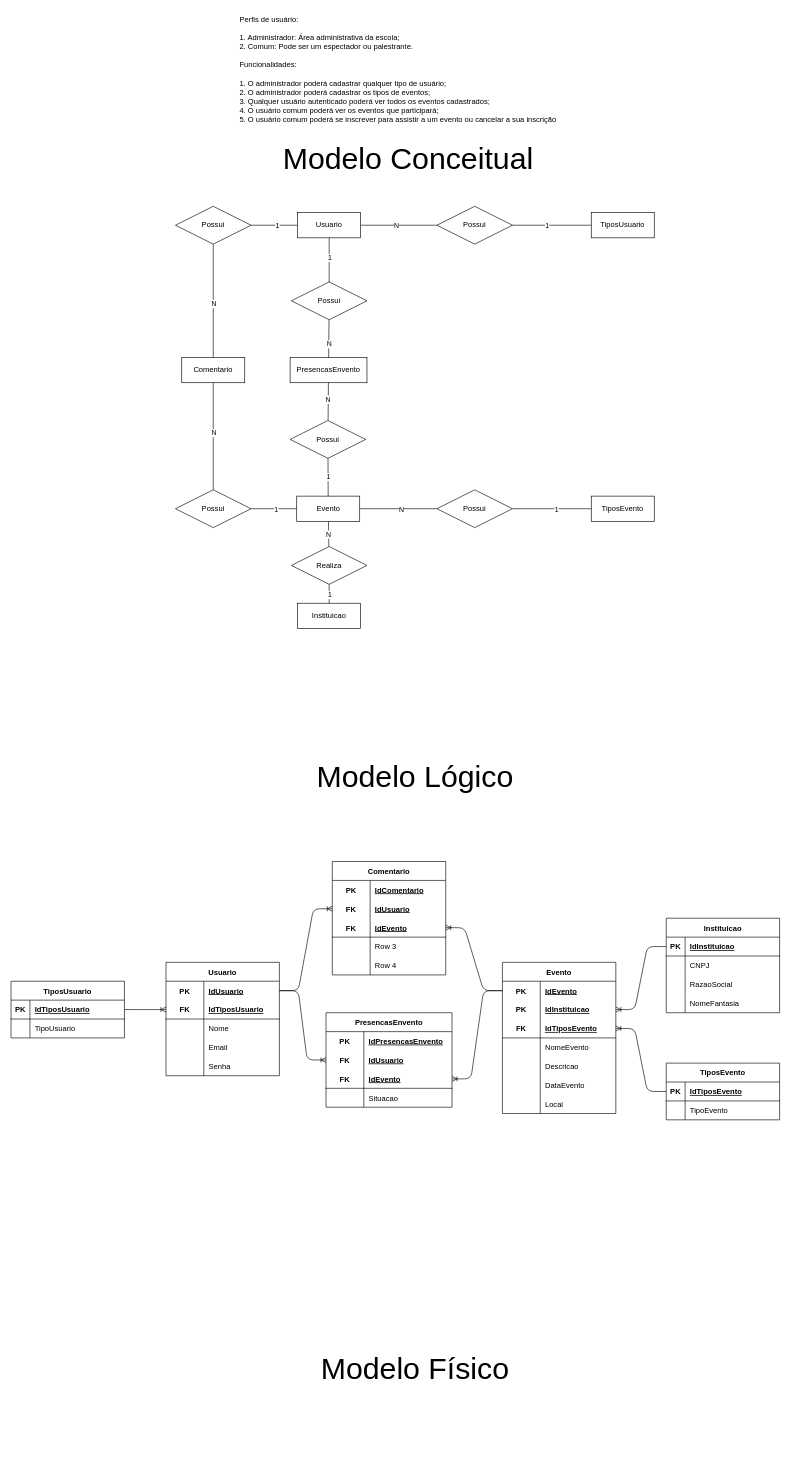
Earlier version of the draw.io diagram BancoDeDados/Event+/bancoDeDados.drawio (AllanR1991/Senai-2SM). Source tidied: cells renumbered, new cells numbered last; positions are measured from the earlier drawing's top-left corner, leaving out a move shared by most shapes. Both pictures are drawn from the tidied source at 63%, with x=0, y=0 at pixel (11, 11).
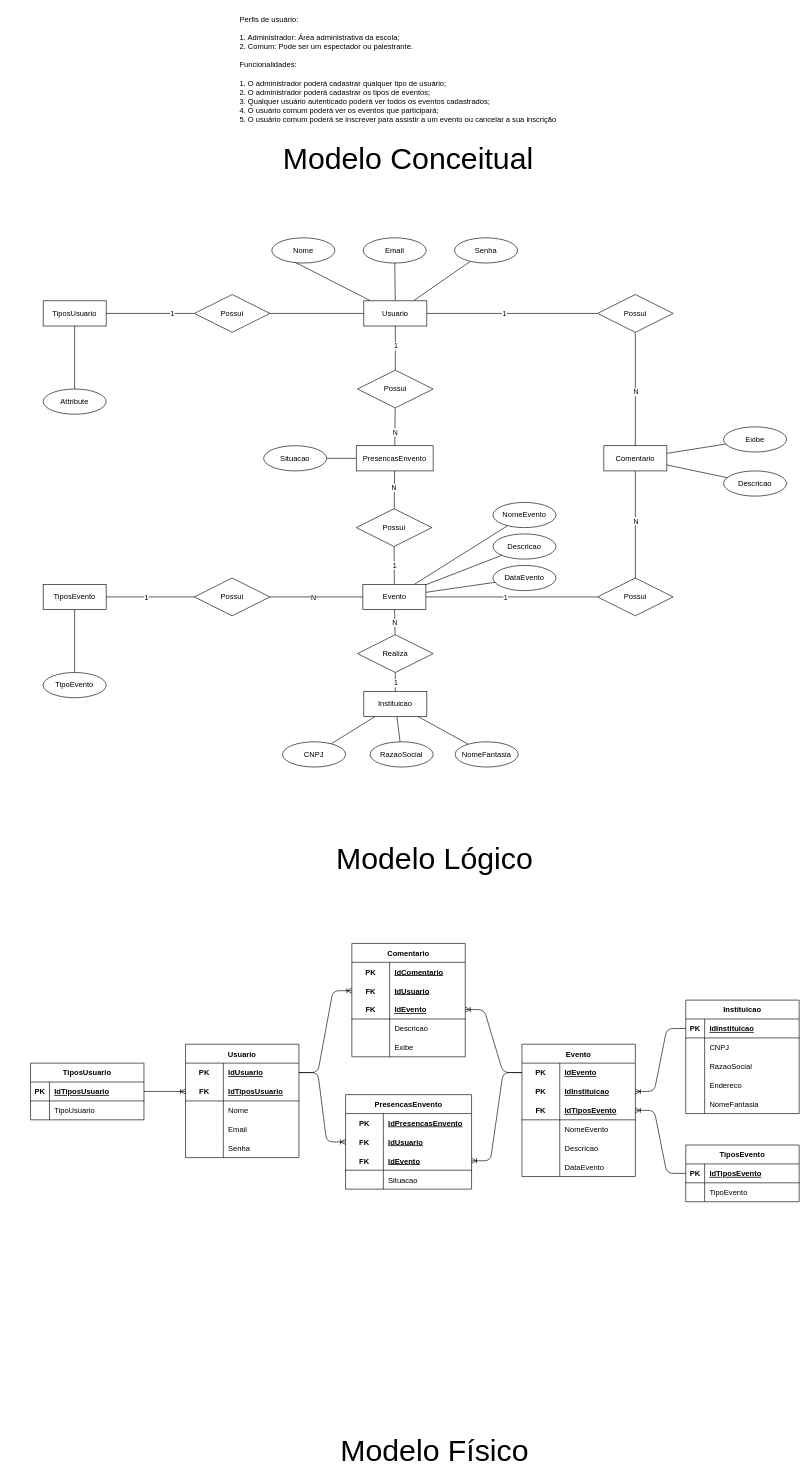
The same page after the edit.

Commit message:
Criado Modelagem

Unchanged cells that the change refers to:
```xml
<mxCell id="116" style="shape=tableRow;horizontal=0;startSize=0;swimlaneHead=0;swimlaneBody=0;fillColor=none;top=0;left=0;right=0;bottom=0;" parent="106" vertex="1">
  <mxGeometry y="120" width="180" height="30" as="geometry" />
</mxCell>
<mxCell id="119" style="shape=tableRow;horizontal=0;startSize=0;swimlaneHead=0;swimlaneBody=0;fillColor=none;top=0;left=0;right=0;bottom=0;" parent="106" vertex="1">
  <mxGeometry y="150" width="180" height="30" as="geometry" />
</mxCell>
```

The edit, as a diff of the source:
```diff
@@
     <mxCell id="3" value="Modelo Lógico" style="text;html=1;align=center;verticalAlign=middle;strokeColor=none;fillColor=none;fontSize=48;" parent="1" vertex="1">
-      <mxGeometry x="471" y="1180" width="340" height="70" as="geometry" />
+      <mxGeometry x="502" y="1310" width="340" height="70" as="geometry" />
     </mxCell>
     <mxCell id="4" value="Modelo Físico" style="text;html=1;align=center;verticalAlign=middle;strokeColor=none;fillColor=none;fontSize=48;" parent="1" vertex="1">
-      <mxGeometry x="481" y="2120" width="320" height="70" as="geometry" />
+      <mxGeometry x="512" y="2250" width="320" height="70" as="geometry" />
     </mxCell>
@@
-    <mxCell id="6" style="edgeStyle=none;html=1;endArrow=none;endFill=0;" parent="1" edge="1" source="10" target="23">
-      <mxGeometry relative="1" as="geometry">
-        <Array as="points">
-          <mxPoint x="575" y="340" />
-        </Array>
-      </mxGeometry>
-    </mxCell>
-    <mxCell id="7" value="N" style="edgeLabel;html=1;align=center;verticalAlign=middle;" parent="6" vertex="1">
-      <mxGeometry x="-0.33" relative="1" as="geometry">
-        <mxPoint x="15" as="offset" />
-      </mxGeometry>
-    </mxCell>
@@
+    <mxCell id="149" style="edgeStyle=none;html=1;endArrow=none;endFill=0;entryX=0;entryY=0.5;entryDx=0;entryDy=0;" parent="1" edge="1" source="10" target="167">
+      <mxGeometry relative="1" as="geometry" />
+    </mxCell>
+    <mxCell id="150" style="edgeStyle=none;html=1;endArrow=none;endFill=0;" parent="1" edge="1" source="10" target="168">
+      <mxGeometry relative="1" as="geometry" />
+    </mxCell>
+    <mxCell id="151" style="edgeStyle=none;html=1;endArrow=none;endFill=0;" parent="1" edge="1" source="10" target="169">
+      <mxGeometry relative="1" as="geometry" />
+    </mxCell>
+    <mxCell id="6" style="edgeStyle=none;html=1;endArrow=none;endFill=0;" parent="1" edge="1" source="10" target="23">
+      <mxGeometry relative="1" as="geometry" />
+    </mxCell>
     <mxCell id="10" value="Usuario" style="whiteSpace=wrap;html=1;align=center;" parent="1" vertex="1">
-      <mxGeometry x="455" y="320" width="100" height="40" as="geometry" />
+      <mxGeometry x="560" y="460" width="100" height="40" as="geometry" />
     </mxCell>
@@
+    <mxCell id="152" style="edgeStyle=none;html=1;endArrow=none;endFill=0;" parent="1" edge="1" source="13" target="173">
+      <mxGeometry relative="1" as="geometry" />
+    </mxCell>
+    <mxCell id="153" style="edgeStyle=none;html=1;endArrow=none;endFill=0;" parent="1" edge="1" source="13" target="174">
+      <mxGeometry relative="1" as="geometry" />
+    </mxCell>
+    <mxCell id="154" style="edgeStyle=none;html=1;endArrow=none;endFill=0;" parent="1" edge="1" source="13" target="175">
+      <mxGeometry relative="1" as="geometry" />
+    </mxCell>
     <mxCell id="13" value="Evento" style="whiteSpace=wrap;html=1;align=center;" parent="1" vertex="1">
-      <mxGeometry x="453.5" y="770" width="100" height="40" as="geometry" />
+      <mxGeometry x="558.5" y="910" width="100" height="40" as="geometry" />
     </mxCell>
+    <mxCell id="155" style="edgeStyle=none;html=1;endArrow=none;endFill=0;" parent="1" edge="1" source="14" target="166">
+      <mxGeometry relative="1" as="geometry" />
+    </mxCell>
     <mxCell id="14" value="TiposUsuario" style="whiteSpace=wrap;html=1;align=center;" parent="1" vertex="1">
-      <mxGeometry x="921" y="320" width="100" height="40" as="geometry" />
+      <mxGeometry x="51" y="460" width="100" height="40" as="geometry" />
     </mxCell>
+    <mxCell id="156" style="edgeStyle=none;html=1;endArrow=none;endFill=0;" parent="1" edge="1" source="15" target="179">
+      <mxGeometry relative="1" as="geometry" />
+    </mxCell>
     <mxCell id="15" value="TiposEvento" style="whiteSpace=wrap;html=1;align=center;" parent="1" vertex="1">
-      <mxGeometry x="921" y="770" width="100" height="40" as="geometry" />
+      <mxGeometry x="51" y="910" width="100" height="40" as="geometry" />
     </mxCell>
+    <mxCell id="157" style="edgeStyle=none;html=1;endArrow=none;endFill=0;" parent="1" edge="1" source="16" target="170">
+      <mxGeometry relative="1" as="geometry" />
+    </mxCell>
     <mxCell id="16" value="PresencasEnvento" style="whiteSpace=wrap;html=1;align=center;" parent="1" vertex="1">
-      <mxGeometry x="443" y="550" width="122" height="40" as="geometry" />
+      <mxGeometry x="548" y="690" width="122" height="40" as="geometry" />
     </mxCell>
@@
+    <mxCell id="158" style="edgeStyle=none;html=1;endArrow=none;endFill=0;" parent="1" edge="1" source="19" target="171">
+      <mxGeometry relative="1" as="geometry" />
+    </mxCell>
+    <mxCell id="159" style="edgeStyle=none;html=1;endArrow=none;endFill=0;" parent="1" edge="1" source="19" target="172">
+      <mxGeometry relative="1" as="geometry" />
+    </mxCell>
     <mxCell id="19" value="Comentario" style="whiteSpace=wrap;html=1;align=center;" parent="1" vertex="1">
-      <mxGeometry x="271" y="550" width="100" height="40" as="geometry" />
+      <mxGeometry x="941" y="690" width="100" height="40" as="geometry" />
     </mxCell>
+    <mxCell id="160" style="edgeStyle=none;html=1;endArrow=none;endFill=0;" parent="1" edge="1" source="20" target="176">
+      <mxGeometry relative="1" as="geometry" />
+    </mxCell>
+    <mxCell id="161" style="edgeStyle=none;html=1;endArrow=none;endFill=0;" parent="1" edge="1" source="20" target="177">
+      <mxGeometry relative="1" as="geometry" />
+    </mxCell>
+    <mxCell id="162" style="edgeStyle=none;html=1;endArrow=none;endFill=0;" parent="1" edge="1" source="20" target="178">
+      <mxGeometry relative="1" as="geometry" />
+    </mxCell>
     <mxCell id="20" value="Instituicao" style="whiteSpace=wrap;html=1;align=center;" parent="1" vertex="1">
-      <mxGeometry x="455" y="940" width="100" height="40" as="geometry" />
+      <mxGeometry x="560" y="1080" width="100" height="40" as="geometry" />
     </mxCell>
@@
     <mxCell id="23" value="Possui" style="shape=rhombus;perimeter=rhombusPerimeter;whiteSpace=wrap;html=1;align=center;" parent="1" vertex="1">
-      <mxGeometry x="676" y="310" width="120" height="60" as="geometry" />
+      <mxGeometry x="291" y="450" width="120" height="60" as="geometry" />
     </mxCell>
@@
     <mxCell id="28" value="Possui" style="shape=rhombus;perimeter=rhombusPerimeter;whiteSpace=wrap;html=1;align=center;" parent="1" vertex="1">
-      <mxGeometry x="445" y="430" width="120" height="60" as="geometry" />
+      <mxGeometry x="550" y="570" width="120" height="60" as="geometry" />
     </mxCell>
@@
     <mxCell id="33" value="Possui" style="shape=rhombus;perimeter=rhombusPerimeter;whiteSpace=wrap;html=1;align=center;" parent="1" vertex="1">
-      <mxGeometry x="443" y="650" width="120" height="60" as="geometry" />
+      <mxGeometry x="548" y="790" width="120" height="60" as="geometry" />
     </mxCell>
@@
     <mxCell id="36" value="Possui" style="shape=rhombus;perimeter=rhombusPerimeter;whiteSpace=wrap;html=1;align=center;" parent="1" vertex="1">
-      <mxGeometry x="676" y="760" width="120" height="60" as="geometry" />
+      <mxGeometry x="291" y="900" width="120" height="60" as="geometry" />
     </mxCell>
@@
     <mxCell id="39" value="Possui" style="shape=rhombus;perimeter=rhombusPerimeter;whiteSpace=wrap;html=1;align=center;" parent="1" vertex="1">
-      <mxGeometry x="261" y="310" width="120" height="60" as="geometry" />
+      <mxGeometry x="931" y="450" width="120" height="60" as="geometry" />
     </mxCell>
@@
     <mxCell id="42" value="Possui" style="shape=rhombus;perimeter=rhombusPerimeter;whiteSpace=wrap;html=1;align=center;" parent="1" vertex="1">
-      <mxGeometry x="261" y="760" width="120" height="60" as="geometry" />
+      <mxGeometry x="931" y="900" width="120" height="60" as="geometry" />
     </mxCell>
@@
     <mxCell id="47" value="Realiza" style="shape=rhombus;perimeter=rhombusPerimeter;whiteSpace=wrap;html=1;align=center;" parent="1" vertex="1">
-      <mxGeometry x="445" y="850" width="120" height="60" as="geometry" />
+      <mxGeometry x="550" y="990" width="120" height="60" as="geometry" />
     </mxCell>
     <mxCell id="48" value="TiposUsuario" style="shape=table;startSize=30;childLayout=tableLayout;rowLines=0;fontStyle=1;align=center;" parent="1" vertex="1">
-      <mxGeometry y="1540" width="180" height="90" as="geometry" />
+      <mxGeometry x="31" y="1670" width="180" height="90" as="geometry" />
     </mxCell>
@@
     <mxCell id="55" value="TiposEvento" style="shape=table;startSize=30;childLayout=tableLayout;rowLines=0;fontStyle=1;align=center;" parent="1" vertex="1">
-      <mxGeometry x="1040" y="1670" width="180" height="90" as="geometry" />
+      <mxGeometry x="1071" y="1800" width="180" height="90" as="geometry" />
     </mxCell>
@@
     <mxCell id="62" value="Instituicao" style="shape=table;startSize=30;childLayout=tableLayout;rowLines=0;fontStyle=1;align=center;" parent="1" vertex="1">
-      <mxGeometry x="1040" y="1440" width="180" height="150" as="geometry" />
+      <mxGeometry x="1071" y="1570" width="180" height="180" as="geometry" />
     </mxCell>
@@
+    <mxCell id="163" style="shape=tableRow;horizontal=0;startSize=0;swimlaneHead=0;swimlaneBody=0;fillColor=none;top=0;left=0;right=0;bottom=0;" parent="62" vertex="1">
+      <mxGeometry y="120" width="180" height="30" as="geometry" />
+    </mxCell>
+    <mxCell id="164" style="shape=partialRectangle;fillColor=none;top=0;left=0;bottom=0;right=0;overflow=hidden;" parent="163" vertex="1">
+      <mxGeometry width="30" height="30" as="geometry" />
+    </mxCell>
+    <mxCell id="165" value="Endereco" style="shape=partialRectangle;fillColor=none;top=0;left=0;bottom=0;right=0;align=left;spacingLeft=6;overflow=hidden;" parent="163" vertex="1">
+      <mxGeometry x="30" width="150" height="30" as="geometry" />
+    </mxCell>
     <mxCell id="72" style="shape=tableRow;horizontal=0;startSize=0;swimlaneHead=0;swimlaneBody=0;fillColor=none;top=0;left=0;right=0;bottom=0;" parent="62" vertex="1">
-      <mxGeometry y="120" width="180" height="30" as="geometry" />
+      <mxGeometry y="150" width="180" height="30" as="geometry" />
     </mxCell>
@@
     <mxCell id="75" value="Usuario" style="shape=table;startSize=30;childLayout=tableLayout;rowLines=0;fontStyle=1;align=center;" parent="1" vertex="1">
-      <mxGeometry x="246" y="1510" width="180" height="180" as="geometry" />
+      <mxGeometry x="277" y="1640" width="180" height="180" as="geometry" />
     </mxCell>
@@
     <mxCell id="92" value="PresencasEnvento" style="shape=table;startSize=30;childLayout=tableLayout;rowLines=0;fontStyle=1;align=center;" parent="1" vertex="1">
-      <mxGeometry x="500" y="1590" width="200" height="150" as="geometry" />
+      <mxGeometry x="531" y="1720" width="200" height="150" as="geometry" />
     </mxCell>
@@
     <mxCell id="106" value="Comentario" style="shape=table;startSize=30;childLayout=tableLayout;rowLines=0;fontStyle=1;align=center;" parent="1" vertex="1">
-      <mxGeometry x="510" y="1350" width="180" height="180" as="geometry" />
+      <mxGeometry x="541" y="1480" width="180" height="180" as="geometry" />
     </mxCell>
@@
-    <mxCell id="118" value="Row 3" style="shape=partialRectangle;fillColor=none;top=0;left=0;bottom=0;right=0;align=left;spacingLeft=6;overflow=hidden;" parent="116" vertex="1">
+    <mxCell id="118" value="Descricao" style="shape=partialRectangle;fillColor=none;top=0;left=0;bottom=0;right=0;align=left;spacingLeft=6;overflow=hidden;" parent="116" vertex="1">
       <mxGeometry x="60" width="120" height="30" as="geometry" />
     </mxCell>
@@
-    <mxCell id="121" value="Row 4" style="shape=partialRectangle;fillColor=none;top=0;left=0;bottom=0;right=0;align=left;spacingLeft=6;overflow=hidden;" parent="119" vertex="1">
+    <mxCell id="121" value="Exibe" style="shape=partialRectangle;fillColor=none;top=0;left=0;bottom=0;right=0;align=left;spacingLeft=6;overflow=hidden;" parent="119" vertex="1">
       <mxGeometry x="60" width="120" height="30" as="geometry" />
     </mxCell>
@@
     <mxCell id="123" value="Evento" style="shape=table;startSize=30;childLayout=tableLayout;rowLines=0;fontStyle=1;align=center;" parent="1" vertex="1">
-      <mxGeometry x="780" y="1510" width="180" height="240" as="geometry" />
+      <mxGeometry x="811" y="1640" width="180" height="210" as="geometry" />
     </mxCell>
@@
-    <mxCell id="142" style="shape=tableRow;horizontal=0;startSize=0;swimlaneHead=0;swimlaneBody=0;fillColor=none;top=0;left=0;right=0;bottom=0;" parent="123" vertex="1">
-      <mxGeometry y="210" width="180" height="30" as="geometry" />
-    </mxCell>
-    <mxCell id="143" style="shape=partialRectangle;fillColor=none;top=0;left=0;bottom=0;right=0;overflow=hidden;" parent="142" vertex="1">
-      <mxGeometry width="60" height="30" as="geometry" />
-    </mxCell>
-    <mxCell id="144" value="Local" style="shape=partialRectangle;fillColor=none;top=0;left=0;bottom=0;right=0;align=left;spacingLeft=6;overflow=hidden;" parent="142" vertex="1">
-      <mxGeometry x="60" width="120" height="30" as="geometry" />
-    </mxCell>
@@
+    <mxCell id="166" value="Attribute" style="ellipse;whiteSpace=wrap;html=1;align=center;" parent="1" vertex="1">
+      <mxGeometry x="51" y="600" width="100" height="40" as="geometry" />
+    </mxCell>
+    <mxCell id="167" value="Nome" style="ellipse;whiteSpace=wrap;html=1;align=center;" parent="1" vertex="1">
+      <mxGeometry x="414" y="360" width="100" height="40" as="geometry" />
+    </mxCell>
+    <mxCell id="168" value="Email" style="ellipse;whiteSpace=wrap;html=1;align=center;" parent="1" vertex="1">
+      <mxGeometry x="559" y="360" width="100" height="40" as="geometry" />
+    </mxCell>
+    <mxCell id="169" value="Senha" style="ellipse;whiteSpace=wrap;html=1;align=center;" parent="1" vertex="1">
+      <mxGeometry x="704" y="360" width="100" height="40" as="geometry" />
+    </mxCell>
+    <mxCell id="170" value="Situacao" style="ellipse;whiteSpace=wrap;html=1;align=center;" parent="1" vertex="1">
+      <mxGeometry x="401" y="690" width="100" height="40" as="geometry" />
+    </mxCell>
+    <mxCell id="171" value="Descricao" style="ellipse;whiteSpace=wrap;html=1;align=center;" parent="1" vertex="1">
+      <mxGeometry x="1131" y="730" width="100" height="40" as="geometry" />
+    </mxCell>
+    <mxCell id="172" value="Exibe" style="ellipse;whiteSpace=wrap;html=1;align=center;" parent="1" vertex="1">
+      <mxGeometry x="1131" y="660" width="100" height="40" as="geometry" />
+    </mxCell>
+    <mxCell id="173" value="NomeEvento" style="ellipse;whiteSpace=wrap;html=1;align=center;" parent="1" vertex="1">
+      <mxGeometry x="765" y="780" width="100" height="40" as="geometry" />
+    </mxCell>
+    <mxCell id="174" value="Descricao" style="ellipse;whiteSpace=wrap;html=1;align=center;" parent="1" vertex="1">
+      <mxGeometry x="765" y="830" width="100" height="40" as="geometry" />
+    </mxCell>
+    <mxCell id="175" value="DataEvento" style="ellipse;whiteSpace=wrap;html=1;align=center;" parent="1" vertex="1">
+      <mxGeometry x="765" y="880" width="100" height="40" as="geometry" />
+    </mxCell>
+    <mxCell id="176" value="CNPJ" style="ellipse;whiteSpace=wrap;html=1;align=center;" parent="1" vertex="1">
+      <mxGeometry x="431" y="1160" width="100" height="40" as="geometry" />
+    </mxCell>
+    <mxCell id="177" value="RazaoSocial" style="ellipse;whiteSpace=wrap;html=1;align=center;" parent="1" vertex="1">
+      <mxGeometry x="570" y="1160" width="100" height="40" as="geometry" />
+    </mxCell>
+    <mxCell id="178" value="&lt;span style=&quot;text-align: left;&quot;&gt;NomeFantasia&lt;/span&gt;" style="ellipse;whiteSpace=wrap;html=1;align=center;" parent="1" vertex="1">
+      <mxGeometry x="705" y="1160" width="100" height="40" as="geometry" />
+    </mxCell>
+    <mxCell id="179" value="TipoEvento" style="ellipse;whiteSpace=wrap;html=1;align=center;" parent="1" vertex="1">
+      <mxGeometry x="51" y="1050" width="100" height="40" as="geometry" />
+    </mxCell>
```
